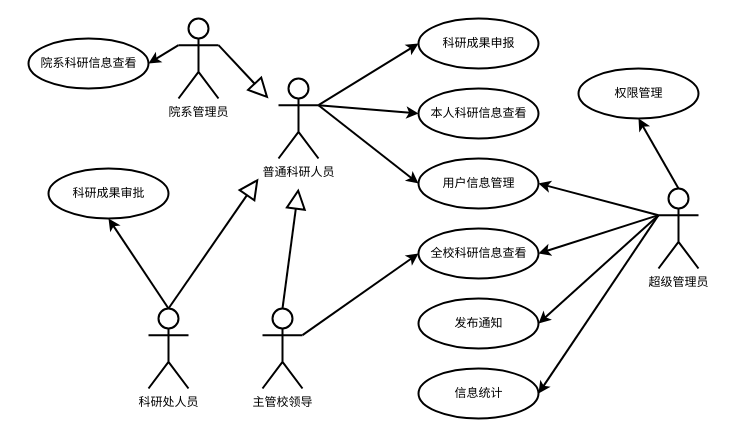
This is 科研管理系统-用例图.drawio from srcrs/draw-static, a draw.io file, before an edit. Source tidied: cells renumbered, new cells numbered last; positions are measured from the earlier drawing's top-left corner, leaving out a move shared by most shapes. Both pictures are drawn from the tidied source at 100%, with x=0, y=0 at pixel (28, 18).
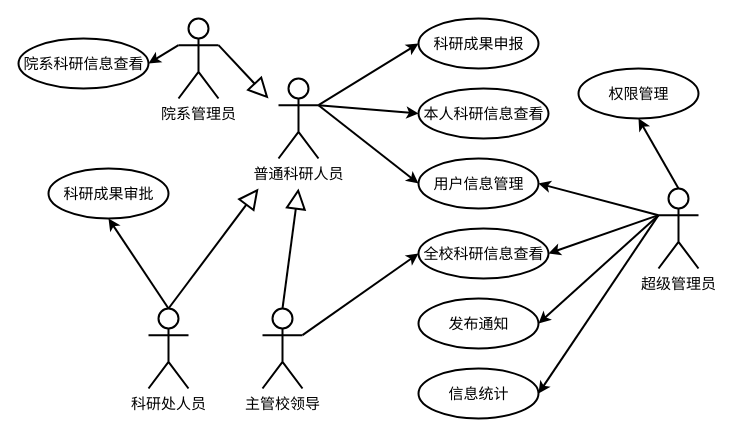
After the change.

Commit message (it also covers changes not shown here):
更新科研管理系统-用例图.drawio

Diff of the diagram source:
```diff
@@
-    <mxCell id="2" value="普通科研人员" style="shape=umlActor;verticalLabelPosition=bottom;verticalAlign=top;html=1;outlineConnect=0;strokeWidth=2;" parent="1" vertex="1">
+    <mxCell id="2" value="普通科研人员" style="shape=umlActor;verticalLabelPosition=bottom;verticalAlign=top;html=1;outlineConnect=0;strokeWidth=2;fontSize=15;" parent="1" vertex="1">
       <mxGeometry x="250" y="60" width="40" height="80" as="geometry" />
     </mxCell>
-    <mxCell id="3" value="超级管理员" style="shape=umlActor;verticalLabelPosition=bottom;verticalAlign=top;html=1;outlineConnect=0;strokeWidth=2;" parent="1" vertex="1">
+    <mxCell id="3" value="超级管理员" style="shape=umlActor;verticalLabelPosition=bottom;verticalAlign=top;html=1;outlineConnect=0;strokeWidth=2;fontSize=15;" parent="1" vertex="1">
       <mxGeometry x="630" y="170" width="40" height="80" as="geometry" />
     </mxCell>
-    <mxCell id="4" value="本人科研信息查看" style="shape=ellipse;html=1;dashed=0;whitespace=wrap;perimeter=ellipsePerimeter;strokeWidth=2;" parent="1" vertex="1">
-      <mxGeometry x="390" y="70" width="120" height="50" as="geometry" />
+    <mxCell id="4" value="本人科研信息查看" style="shape=ellipse;html=1;dashed=0;whitespace=wrap;perimeter=ellipsePerimeter;strokeWidth=2;fontSize=15;" parent="1" vertex="1">
+      <mxGeometry x="390" y="70" width="130" height="50" as="geometry" />
     </mxCell>
-    <mxCell id="5" value="用户信息管理" style="shape=ellipse;html=1;dashed=0;whitespace=wrap;perimeter=ellipsePerimeter;strokeWidth=2;" parent="1" vertex="1">
+    <mxCell id="5" value="用户信息管理" style="shape=ellipse;html=1;dashed=0;whitespace=wrap;perimeter=ellipsePerimeter;strokeWidth=2;fontSize=15;" parent="1" vertex="1">
       <mxGeometry x="390" y="140" width="120" height="50" as="geometry" />
     </mxCell>
-    <mxCell id="6" value="权限管理" style="shape=ellipse;html=1;dashed=0;whitespace=wrap;perimeter=ellipsePerimeter;strokeWidth=2;" parent="1" vertex="1">
+    <mxCell id="6" value="权限管理" style="shape=ellipse;html=1;dashed=0;whitespace=wrap;perimeter=ellipsePerimeter;strokeWidth=2;fontSize=15;" parent="1" vertex="1">
       <mxGeometry x="550" y="50" width="120" height="50" as="geometry" />
     </mxCell>
-    <mxCell id="7" value="信息统计" style="shape=ellipse;html=1;dashed=0;whitespace=wrap;perimeter=ellipsePerimeter;strokeWidth=2;" parent="1" vertex="1">
+    <mxCell id="7" value="信息统计" style="shape=ellipse;html=1;dashed=0;whitespace=wrap;perimeter=ellipsePerimeter;strokeWidth=2;fontSize=15;" parent="1" vertex="1">
       <mxGeometry x="390" y="350" width="120" height="50" as="geometry" />
     </mxCell>
-    <mxCell id="8" value="科研成果申报" style="shape=ellipse;html=1;dashed=0;whitespace=wrap;perimeter=ellipsePerimeter;strokeWidth=2;" parent="1" vertex="1">
+    <mxCell id="8" value="科研成果申报" style="shape=ellipse;html=1;dashed=0;whitespace=wrap;perimeter=ellipsePerimeter;strokeWidth=2;fontSize=15;" parent="1" vertex="1">
       <mxGeometry x="390" width="120" height="50" as="geometry" />
     </mxCell>
-    <mxCell id="9" value="发布通知" style="shape=ellipse;html=1;dashed=0;whitespace=wrap;perimeter=ellipsePerimeter;strokeWidth=2;" parent="1" vertex="1">
+    <mxCell id="9" value="发布通知" style="shape=ellipse;html=1;dashed=0;whitespace=wrap;perimeter=ellipsePerimeter;strokeWidth=2;fontSize=15;" parent="1" vertex="1">
       <mxGeometry x="390" y="280" width="120" height="50" as="geometry" />
     </mxCell>
-    <mxCell id="10" style="endArrow=classic;html=1;strokeWidth=2;exitX=1;exitY=0.3333333333333333;exitDx=0;exitDy=0;exitPerimeter=0;entryX=0;entryY=0.5;entryDx=0;entryDy=0;" parent="1" edge="1" source="2" target="8">
+    <mxCell id="10" style="endArrow=classic;html=1;strokeWidth=2;exitX=1;exitY=0.3333333333333333;exitDx=0;exitDy=0;exitPerimeter=0;entryX=0;entryY=0.5;entryDx=0;entryDy=0;fontSize=15;" parent="1" edge="1" source="2" target="8">
       <mxGeometry relative="1" as="geometry" />
     </mxCell>
-    <mxCell id="11" style="endArrow=classic;html=1;strokeWidth=2;exitX=1;exitY=0.3333333333333333;exitDx=0;exitDy=0;exitPerimeter=0;entryX=0;entryY=0.5;entryDx=0;entryDy=0;" parent="1" edge="1" source="2" target="4">
+    <mxCell id="11" style="endArrow=classic;html=1;strokeWidth=2;exitX=1;exitY=0.3333333333333333;exitDx=0;exitDy=0;exitPerimeter=0;entryX=0;entryY=0.5;entryDx=0;entryDy=0;fontSize=15;" parent="1" edge="1" source="2" target="4">
       <mxGeometry relative="1" as="geometry" />
     </mxCell>
-    <mxCell id="12" style="endArrow=classic;html=1;strokeWidth=2;exitX=1;exitY=0.3333333333333333;exitDx=0;exitDy=0;exitPerimeter=0;entryX=0;entryY=0.5;entryDx=0;entryDy=0;" parent="1" edge="1" source="2" target="5">
+    <mxCell id="12" style="endArrow=classic;html=1;strokeWidth=2;exitX=1;exitY=0.3333333333333333;exitDx=0;exitDy=0;exitPerimeter=0;entryX=0;entryY=0.5;entryDx=0;entryDy=0;fontSize=15;" parent="1" edge="1" source="2" target="5">
       <mxGeometry relative="1" as="geometry" />
     </mxCell>
-    <mxCell id="13" style="endArrow=classic;html=1;strokeWidth=2;exitX=0;exitY=0.3333333333333333;exitDx=0;exitDy=0;exitPerimeter=0;entryX=1;entryY=0.5;entryDx=0;entryDy=0;" parent="1" edge="1" source="3" target="5">
+    <mxCell id="13" style="endArrow=classic;html=1;strokeWidth=2;exitX=0;exitY=0.3333333333333333;exitDx=0;exitDy=0;exitPerimeter=0;entryX=1;entryY=0.5;entryDx=0;entryDy=0;fontSize=15;" parent="1" edge="1" source="3" target="5">
       <mxGeometry relative="1" as="geometry" />
     </mxCell>
-    <mxCell id="14" style="endArrow=classic;html=1;strokeWidth=2;exitX=0.5;exitY=0;exitDx=0;exitDy=0;exitPerimeter=0;entryX=0.5;entryY=1;entryDx=0;entryDy=0;" parent="1" edge="1" source="3" target="6">
+    <mxCell id="14" style="endArrow=classic;html=1;strokeWidth=2;exitX=0.5;exitY=0;exitDx=0;exitDy=0;exitPerimeter=0;entryX=0.5;entryY=1;entryDx=0;entryDy=0;fontSize=15;" parent="1" edge="1" source="3" target="6">
       <mxGeometry relative="1" as="geometry" />
     </mxCell>
-    <mxCell id="15" style="endArrow=classic;html=1;strokeWidth=2;exitX=0;exitY=0.3333333333333333;exitDx=0;exitDy=0;exitPerimeter=0;entryX=1;entryY=0.5;entryDx=0;entryDy=0;" parent="1" edge="1" source="3" target="18">
+    <mxCell id="15" style="endArrow=classic;html=1;strokeWidth=2;exitX=0;exitY=0.3333333333333333;exitDx=0;exitDy=0;exitPerimeter=0;entryX=1;entryY=0.5;entryDx=0;entryDy=0;fontSize=15;" parent="1" edge="1" source="3" target="18">
       <mxGeometry relative="1" as="geometry" />
     </mxCell>
-    <mxCell id="16" value="科研成果审批" style="shape=ellipse;html=1;dashed=0;whitespace=wrap;perimeter=ellipsePerimeter;strokeWidth=2;" parent="1" vertex="1">
+    <mxCell id="16" value="科研成果审批" style="shape=ellipse;html=1;dashed=0;whitespace=wrap;perimeter=ellipsePerimeter;strokeWidth=2;fontSize=15;" parent="1" vertex="1">
       <mxGeometry x="20" y="150" width="120" height="50" as="geometry" />
     </mxCell>
-    <mxCell id="17" value="院系科研信息查看" style="shape=ellipse;html=1;dashed=0;whitespace=wrap;perimeter=ellipsePerimeter;strokeWidth=2;" parent="1" vertex="1">
-      <mxGeometry y="20" width="120" height="50" as="geometry" />
+    <mxCell id="17" value="院系科研信息查看" style="shape=ellipse;html=1;dashed=0;whitespace=wrap;perimeter=ellipsePerimeter;strokeWidth=2;fontSize=15;" parent="1" vertex="1">
+      <mxGeometry x="-10" y="20" width="130" height="50" as="geometry" />
     </mxCell>
-    <mxCell id="18" value="全校科研信息查看" style="shape=ellipse;html=1;dashed=0;whitespace=wrap;perimeter=ellipsePerimeter;strokeWidth=2;" parent="1" vertex="1">
-      <mxGeometry x="390" y="210" width="120" height="50" as="geometry" />
+    <mxCell id="18" value="全校科研信息查看" style="shape=ellipse;html=1;dashed=0;whitespace=wrap;perimeter=ellipsePerimeter;strokeWidth=2;fontSize=15;" parent="1" vertex="1">
+      <mxGeometry x="390" y="210" width="130" height="50" as="geometry" />
     </mxCell>
-    <mxCell id="19" value="院系管理员" style="shape=umlActor;verticalLabelPosition=bottom;verticalAlign=top;html=1;outlineConnect=0;strokeWidth=2;" parent="1" vertex="1">
+    <mxCell id="19" value="院系管理员" style="shape=umlActor;verticalLabelPosition=bottom;verticalAlign=top;html=1;outlineConnect=0;strokeWidth=2;fontSize=15;" parent="1" vertex="1">
       <mxGeometry x="150" width="40" height="80" as="geometry" />
     </mxCell>
-    <mxCell id="20" value="科研处人员" style="shape=umlActor;verticalLabelPosition=bottom;verticalAlign=top;html=1;outlineConnect=0;strokeWidth=2;" parent="1" vertex="1">
+    <mxCell id="20" value="科研处人员" style="shape=umlActor;verticalLabelPosition=bottom;verticalAlign=top;html=1;outlineConnect=0;strokeWidth=2;fontSize=15;" parent="1" vertex="1">
       <mxGeometry x="120" y="290" width="40" height="80" as="geometry" />
     </mxCell>
-    <mxCell id="21" value="主管校领导" style="shape=umlActor;verticalLabelPosition=bottom;verticalAlign=top;html=1;outlineConnect=0;strokeWidth=2;" parent="1" vertex="1">
+    <mxCell id="21" value="主管校领导" style="shape=umlActor;verticalLabelPosition=bottom;verticalAlign=top;html=1;outlineConnect=0;strokeWidth=2;fontSize=15;" parent="1" vertex="1">
       <mxGeometry x="234" y="290" width="40" height="80" as="geometry" />
     </mxCell>
-    <mxCell id="22" style="endArrow=block;endSize=16;endFill=0;html=1;strokeWidth=2;exitX=1;exitY=0.3333333333333333;exitDx=0;exitDy=0;exitPerimeter=0;" parent="1" edge="1" source="19">
+    <mxCell id="22" style="endArrow=block;endSize=16;endFill=0;html=1;strokeWidth=2;exitX=1;exitY=0.3333333333333333;exitDx=0;exitDy=0;exitPerimeter=0;fontSize=15;" parent="1" edge="1" source="19">
       <mxGeometry relative="1" as="geometry">
         <mxPoint x="240" y="80" as="targetPoint" />
       </mxGeometry>
     </mxCell>
-    <mxCell id="23" style="endArrow=classic;html=1;strokeWidth=2;entryX=1;entryY=0.5;entryDx=0;entryDy=0;exitX=0;exitY=0.3333333333333333;exitDx=0;exitDy=0;exitPerimeter=0;" parent="1" edge="1" source="19" target="17">
+    <mxCell id="23" style="endArrow=classic;html=1;strokeWidth=2;entryX=1;entryY=0.5;entryDx=0;entryDy=0;exitX=0;exitY=0.3333333333333333;exitDx=0;exitDy=0;exitPerimeter=0;fontSize=15;" parent="1" edge="1" source="19" target="17">
       <mxGeometry relative="1" as="geometry" />
     </mxCell>
-    <mxCell id="24" style="endArrow=block;endSize=16;endFill=0;html=1;strokeWidth=2;exitX=0.5;exitY=0;exitDx=0;exitDy=0;exitPerimeter=0;" parent="1" edge="1" source="20">
+    <mxCell id="24" style="endArrow=block;endSize=16;endFill=0;html=1;strokeWidth=2;exitX=0.5;exitY=0;exitDx=0;exitDy=0;exitPerimeter=0;fontSize=15;" parent="1" edge="1" source="20">
       <mxGeometry relative="1" as="geometry">
-        <mxPoint x="230" y="160" as="targetPoint" />
+        <mxPoint x="230" y="170" as="targetPoint" />
       </mxGeometry>
     </mxCell>
-    <mxCell id="25" style="endArrow=classic;html=1;strokeWidth=2;exitX=0.5;exitY=0;exitDx=0;exitDy=0;exitPerimeter=0;entryX=0.5;entryY=1;entryDx=0;entryDy=0;" parent="1" edge="1" source="20" target="16">
+    <mxCell id="25" style="endArrow=classic;html=1;strokeWidth=2;exitX=0.5;exitY=0;exitDx=0;exitDy=0;exitPerimeter=0;entryX=0.5;entryY=1;entryDx=0;entryDy=0;fontSize=15;" parent="1" edge="1" source="20" target="16">
       <mxGeometry relative="1" as="geometry" />
     </mxCell>
-    <mxCell id="26" style="endArrow=block;endSize=16;endFill=0;html=1;strokeWidth=2;exitX=0.5;exitY=0;exitDx=0;exitDy=0;exitPerimeter=0;" parent="1" edge="1" source="21">
+    <mxCell id="26" style="endArrow=block;endSize=16;endFill=0;html=1;strokeWidth=2;exitX=0.5;exitY=0;exitDx=0;exitDy=0;exitPerimeter=0;fontSize=15;" parent="1" edge="1" source="21">
       <mxGeometry relative="1" as="geometry">
         <mxPoint x="270" y="170" as="targetPoint" />
       </mxGeometry>
     </mxCell>
-    <mxCell id="27" style="endArrow=classic;html=1;strokeWidth=2;exitX=1;exitY=0.3333333333333333;exitDx=0;exitDy=0;exitPerimeter=0;entryX=0;entryY=0.5;entryDx=0;entryDy=0;" parent="1" edge="1" source="21" target="18">
+    <mxCell id="27" style="endArrow=classic;html=1;strokeWidth=2;exitX=1;exitY=0.3333333333333333;exitDx=0;exitDy=0;exitPerimeter=0;entryX=0;entryY=0.5;entryDx=0;entryDy=0;fontSize=15;" parent="1" edge="1" source="21" target="18">
       <mxGeometry relative="1" as="geometry" />
     </mxCell>
-    <mxCell id="28" style="endArrow=classic;html=1;strokeWidth=2;exitX=0;exitY=0.3333333333333333;exitDx=0;exitDy=0;exitPerimeter=0;entryX=1;entryY=0.5;entryDx=0;entryDy=0;" parent="1" edge="1" source="3" target="9">
+    <mxCell id="28" style="endArrow=classic;html=1;strokeWidth=2;exitX=0;exitY=0.3333333333333333;exitDx=0;exitDy=0;exitPerimeter=0;entryX=1;entryY=0.5;entryDx=0;entryDy=0;fontSize=15;" parent="1" edge="1" source="3" target="9">
       <mxGeometry relative="1" as="geometry" />
     </mxCell>
-    <mxCell id="29" style="endArrow=classic;html=1;strokeWidth=2;exitX=0;exitY=0.3333333333333333;exitDx=0;exitDy=0;exitPerimeter=0;entryX=1;entryY=0.5;entryDx=0;entryDy=0;" parent="1" edge="1" source="3" target="7">
+    <mxCell id="29" style="endArrow=classic;html=1;strokeWidth=2;exitX=0;exitY=0.3333333333333333;exitDx=0;exitDy=0;exitPerimeter=0;entryX=1;entryY=0.5;entryDx=0;entryDy=0;fontSize=15;" parent="1" edge="1" source="3" target="7">
       <mxGeometry relative="1" as="geometry" />
     </mxCell>
```
